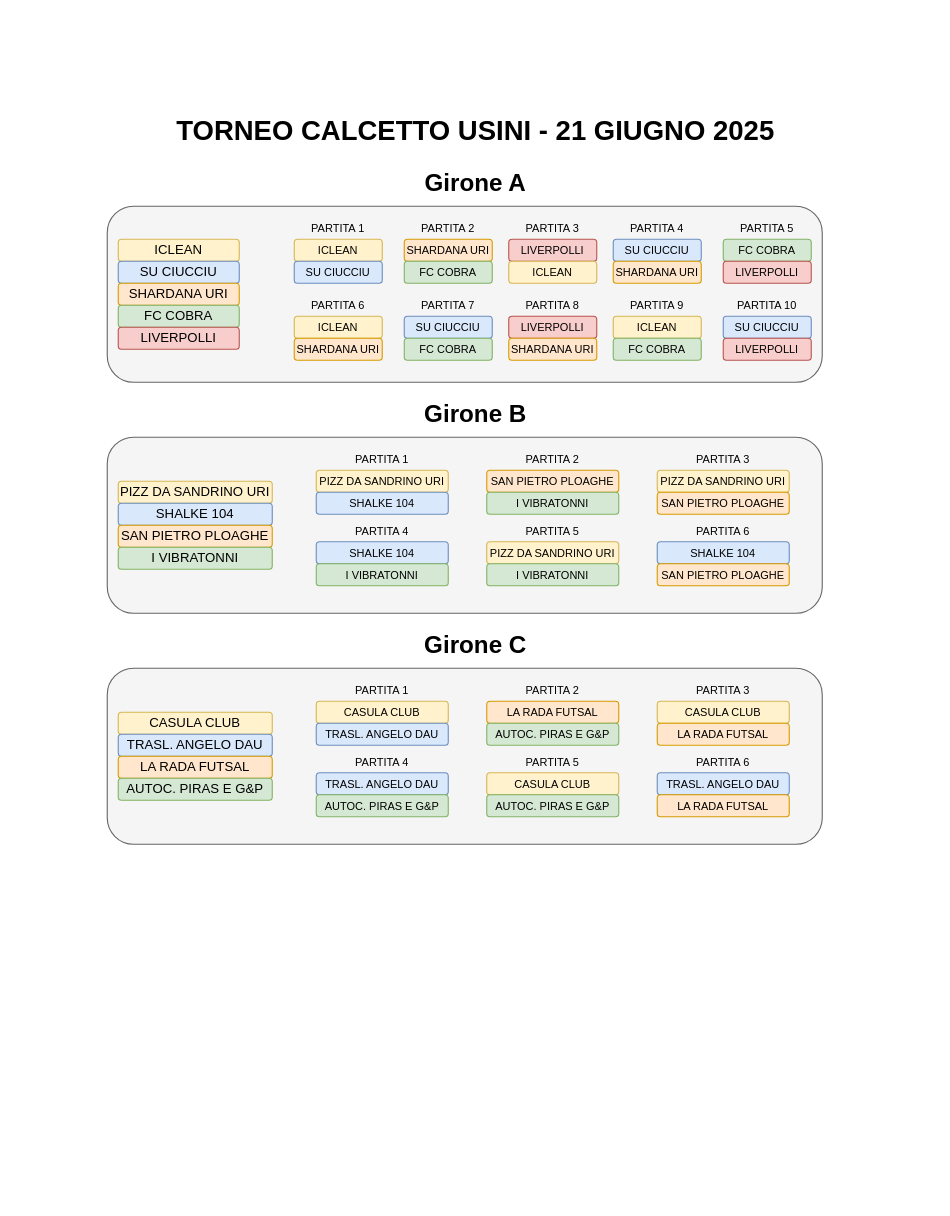
Above: torneo-calcetto-2025/tabellone.drawio in cscalaresu/tornei (draw.io), before the change. Source tidied: cells renumbered, new cells numbered last; positions are measured from the earlier drawing's top-left corner, leaving out a move shared by most shapes. Both pictures are drawn from the tidied source at 110%, with x=0, y=0 at pixel (19, 96).
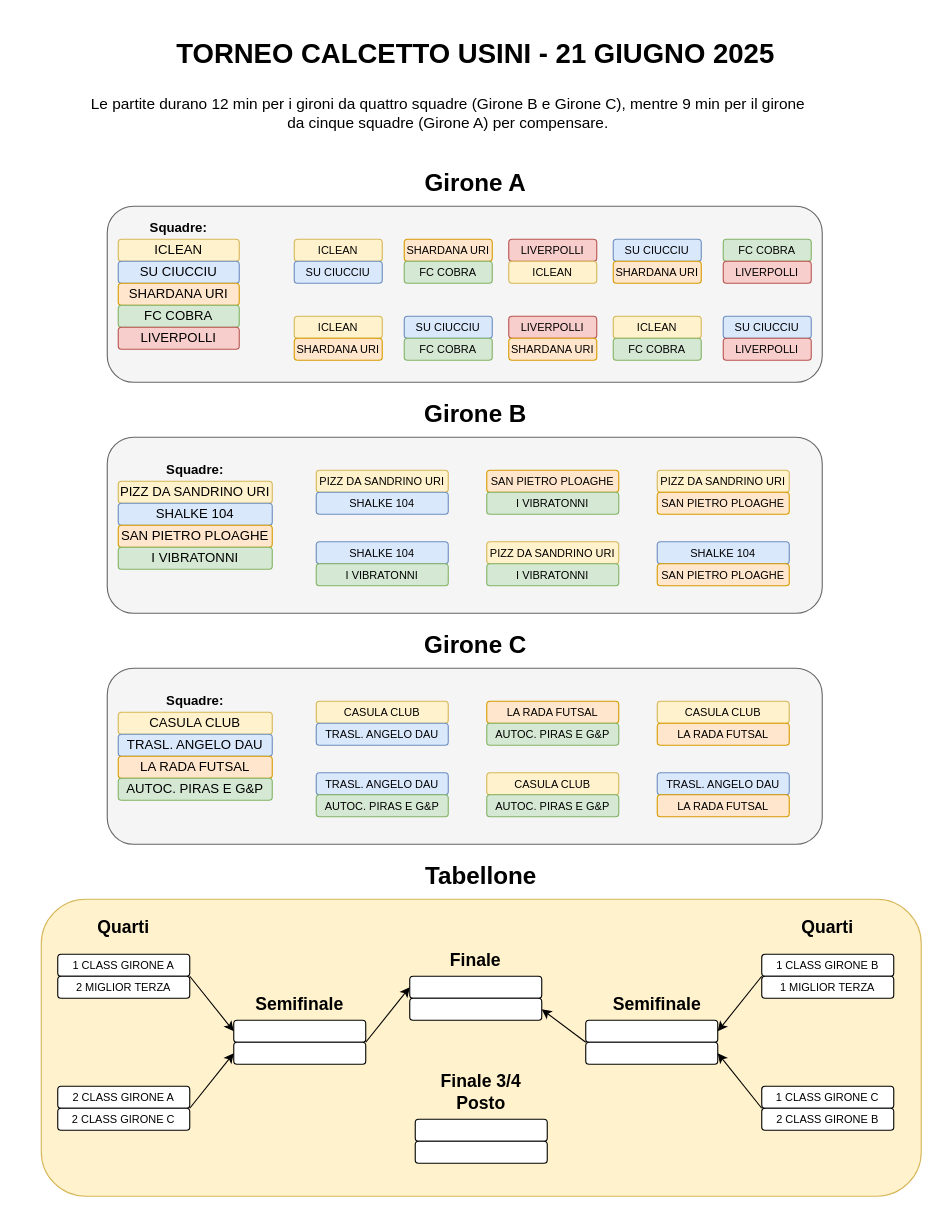
The same page after the edit.

Change to the diagram source:
```diff
@@
+    <mxCell id="88" style="rounded=1;whiteSpace=wrap;html=1;fillColor=#fff2cc;strokeColor=#d6b656;" parent="1" vertex="1">
+      <mxGeometry x="20" y="730" width="800" height="270" as="geometry" />
+    </mxCell>
@@
     <mxCell id="7" value="&lt;font style=&quot;font-size: 25px;&quot;&gt;&lt;b&gt;TORNEO CALCETTO USINI - 21 GIUGNO 2025&lt;/b&gt;&lt;/font&gt;" style="text;html=1;align=center;verticalAlign=middle;whiteSpace=wrap;rounded=0;" parent="1" vertex="1">
-      <mxGeometry width="830" height="60" as="geometry" />
+      <mxGeometry y="-70" width="830" height="60" as="geometry" />
     </mxCell>
@@
-    <mxCell id="30" value="&lt;font style=&quot;font-size: 10px;&quot;&gt;PARTITA 1&lt;/font&gt;" style="text;html=1;align=center;verticalAlign=middle;whiteSpace=wrap;rounded=0;" parent="1" vertex="1">
-      <mxGeometry x="250" y="110" width="80" height="20" as="geometry" />
-    </mxCell>
-    <mxCell id="31" value="&lt;font style=&quot;font-size: 10px;&quot;&gt;PARTITA 2&lt;/font&gt;" style="text;html=1;align=center;verticalAlign=middle;whiteSpace=wrap;rounded=0;" parent="1" vertex="1">
-      <mxGeometry x="350" y="110" width="80" height="20" as="geometry" />
-    </mxCell>
-    <mxCell id="32" value="&lt;font style=&quot;font-size: 10px;&quot;&gt;PARTITA 3&lt;/font&gt;" style="text;html=1;align=center;verticalAlign=middle;whiteSpace=wrap;rounded=0;" parent="1" vertex="1">
-      <mxGeometry x="445" y="110" width="80" height="20" as="geometry" />
-    </mxCell>
-    <mxCell id="33" value="&lt;font style=&quot;font-size: 10px;&quot;&gt;PARTITA 4&lt;/font&gt;" style="text;html=1;align=center;verticalAlign=middle;whiteSpace=wrap;rounded=0;" parent="1" vertex="1">
-      <mxGeometry x="540" y="110" width="80" height="20" as="geometry" />
-    </mxCell>
-    <mxCell id="34" value="&lt;font style=&quot;font-size: 10px;&quot;&gt;PARTITA 5&lt;/font&gt;" style="text;html=1;align=center;verticalAlign=middle;whiteSpace=wrap;rounded=0;" parent="1" vertex="1">
-      <mxGeometry x="640" y="110" width="80" height="20" as="geometry" />
-    </mxCell>
-    <mxCell id="35" value="&lt;font style=&quot;font-size: 10px;&quot;&gt;PARTITA 6&lt;/font&gt;" style="text;html=1;align=center;verticalAlign=middle;whiteSpace=wrap;rounded=0;" parent="1" vertex="1">
-      <mxGeometry x="250" y="180" width="80" height="20" as="geometry" />
-    </mxCell>
-    <mxCell id="36" value="&lt;font style=&quot;font-size: 10px;&quot;&gt;PARTITA 7&lt;/font&gt;" style="text;html=1;align=center;verticalAlign=middle;whiteSpace=wrap;rounded=0;" parent="1" vertex="1">
-      <mxGeometry x="350" y="180" width="80" height="20" as="geometry" />
-    </mxCell>
-    <mxCell id="37" value="&lt;font style=&quot;font-size: 10px;&quot;&gt;PARTITA 8&lt;/font&gt;" style="text;html=1;align=center;verticalAlign=middle;whiteSpace=wrap;rounded=0;" parent="1" vertex="1">
-      <mxGeometry x="445" y="180" width="80" height="20" as="geometry" />
-    </mxCell>
-    <mxCell id="38" value="&lt;font style=&quot;font-size: 10px;&quot;&gt;PARTITA 9&lt;/font&gt;" style="text;html=1;align=center;verticalAlign=middle;whiteSpace=wrap;rounded=0;" parent="1" vertex="1">
-      <mxGeometry x="540" y="180" width="80" height="20" as="geometry" />
-    </mxCell>
-    <mxCell id="39" value="&lt;font style=&quot;font-size: 10px;&quot;&gt;PARTITA 10&lt;/font&gt;" style="text;html=1;align=center;verticalAlign=middle;whiteSpace=wrap;rounded=0;" parent="1" vertex="1">
-      <mxGeometry x="640" y="180" width="80" height="20" as="geometry" />
-    </mxCell>
@@
-    <mxCell id="48" value="&lt;font style=&quot;font-size: 10px;&quot;&gt;PARTITA 1&lt;/font&gt;" style="text;html=1;align=center;verticalAlign=middle;whiteSpace=wrap;rounded=0;" parent="1" vertex="1">
-      <mxGeometry x="270" y="320" width="120" height="20" as="geometry" />
-    </mxCell>
@@
-    <mxCell id="51" value="&lt;font style=&quot;font-size: 10px;&quot;&gt;PARTITA 2&lt;/font&gt;" style="text;html=1;align=center;verticalAlign=middle;whiteSpace=wrap;rounded=0;" parent="1" vertex="1">
-      <mxGeometry x="425" y="320" width="120" height="20" as="geometry" />
-    </mxCell>
@@
-    <mxCell id="54" value="&lt;font style=&quot;font-size: 10px;&quot;&gt;PARTITA 3&lt;/font&gt;" style="text;html=1;align=center;verticalAlign=middle;whiteSpace=wrap;rounded=0;" parent="1" vertex="1">
-      <mxGeometry x="580" y="320" width="120" height="20" as="geometry" />
-    </mxCell>
@@
-    <mxCell id="57" value="&lt;font style=&quot;font-size: 10px;&quot;&gt;PARTITA 4&lt;/font&gt;" style="text;html=1;align=center;verticalAlign=middle;whiteSpace=wrap;rounded=0;" parent="1" vertex="1">
-      <mxGeometry x="270" y="385" width="120" height="20" as="geometry" />
-    </mxCell>
@@
-    <mxCell id="60" value="&lt;font style=&quot;font-size: 10px;&quot;&gt;PARTITA 5&lt;/font&gt;" style="text;html=1;align=center;verticalAlign=middle;whiteSpace=wrap;rounded=0;" parent="1" vertex="1">
-      <mxGeometry x="425" y="385" width="120" height="20" as="geometry" />
-    </mxCell>
@@
-    <mxCell id="63" value="&lt;font style=&quot;font-size: 10px;&quot;&gt;PARTITA 6&lt;/font&gt;" style="text;html=1;align=center;verticalAlign=middle;whiteSpace=wrap;rounded=0;" parent="1" vertex="1">
-      <mxGeometry x="580" y="385" width="120" height="20" as="geometry" />
-    </mxCell>
@@
-    <mxCell id="72" value="&lt;font style=&quot;font-size: 10px;&quot;&gt;PARTITA 1&lt;/font&gt;" style="text;html=1;align=center;verticalAlign=middle;whiteSpace=wrap;rounded=0;" parent="1" vertex="1">
-      <mxGeometry x="270" y="530" width="120" height="20" as="geometry" />
-    </mxCell>
@@
-    <mxCell id="75" value="&lt;font style=&quot;font-size: 10px;&quot;&gt;PARTITA 2&lt;/font&gt;" style="text;html=1;align=center;verticalAlign=middle;whiteSpace=wrap;rounded=0;" parent="1" vertex="1">
-      <mxGeometry x="425" y="530" width="120" height="20" as="geometry" />
-    </mxCell>
@@
-    <mxCell id="78" value="&lt;font style=&quot;font-size: 10px;&quot;&gt;PARTITA 3&lt;/font&gt;" style="text;html=1;align=center;verticalAlign=middle;whiteSpace=wrap;rounded=0;" parent="1" vertex="1">
-      <mxGeometry x="580" y="530" width="120" height="20" as="geometry" />
-    </mxCell>
@@
-    <mxCell id="81" value="&lt;font style=&quot;font-size: 10px;&quot;&gt;PARTITA 4&lt;/font&gt;" style="text;html=1;align=center;verticalAlign=middle;whiteSpace=wrap;rounded=0;" parent="1" vertex="1">
-      <mxGeometry x="270" y="595" width="120" height="20" as="geometry" />
-    </mxCell>
@@
-    <mxCell id="84" value="&lt;font style=&quot;font-size: 10px;&quot;&gt;PARTITA 5&lt;/font&gt;" style="text;html=1;align=center;verticalAlign=middle;whiteSpace=wrap;rounded=0;" parent="1" vertex="1">
-      <mxGeometry x="425" y="595" width="120" height="20" as="geometry" />
-    </mxCell>
@@
-    <mxCell id="87" value="&lt;font style=&quot;font-size: 10px;&quot;&gt;PARTITA 6&lt;/font&gt;" style="text;html=1;align=center;verticalAlign=middle;whiteSpace=wrap;rounded=0;" parent="1" vertex="1">
-      <mxGeometry x="580" y="595" width="120" height="20" as="geometry" />
-    </mxCell>
+    <mxCell id="89" value="&lt;b&gt;Squadre:&lt;/b&gt;" style="text;html=1;align=center;verticalAlign=middle;whiteSpace=wrap;rounded=0;" parent="1" vertex="1">
+      <mxGeometry x="90" y="110" width="110" height="20" as="geometry" />
+    </mxCell>
+    <mxCell id="90" value="&lt;b&gt;Squadre:&lt;/b&gt;" style="text;html=1;align=center;verticalAlign=middle;whiteSpace=wrap;rounded=0;" parent="1" vertex="1">
+      <mxGeometry x="105" y="330" width="110" height="20" as="geometry" />
+    </mxCell>
+    <mxCell id="91" value="&lt;b&gt;Squadre:&lt;/b&gt;" style="text;html=1;align=center;verticalAlign=middle;whiteSpace=wrap;rounded=0;" parent="1" vertex="1">
+      <mxGeometry x="105" y="540" width="110" height="20" as="geometry" />
+    </mxCell>
+    <mxCell id="92" value="&lt;font style=&quot;font-size: 10px;&quot;&gt;1 CLASS GIRONE A&lt;/font&gt;" style="rounded=1;whiteSpace=wrap;html=1;" parent="1" vertex="1">
+      <mxGeometry x="35" y="780" width="120" height="20" as="geometry" />
+    </mxCell>
+    <mxCell id="93" value="&lt;font style=&quot;font-size: 10px;&quot;&gt;2 MIGLIOR TERZA&lt;/font&gt;" style="rounded=1;whiteSpace=wrap;html=1;" parent="1" vertex="1">
+      <mxGeometry x="35" y="800" width="120" height="20" as="geometry" />
+    </mxCell>
+    <mxCell id="94" value="&lt;font style=&quot;font-size: 10px;&quot;&gt;2 CLASS GIRONE A&lt;/font&gt;" style="rounded=1;whiteSpace=wrap;html=1;" parent="1" vertex="1">
+      <mxGeometry x="35" y="900" width="120" height="20" as="geometry" />
+    </mxCell>
+    <mxCell id="95" value="&lt;font style=&quot;font-size: 10px;&quot;&gt;2 CLASS GIRONE C&lt;/font&gt;" style="rounded=1;whiteSpace=wrap;html=1;" parent="1" vertex="1">
+      <mxGeometry x="35" y="920" width="120" height="20" as="geometry" />
+    </mxCell>
+    <mxCell id="96" value="&lt;font style=&quot;font-size: 10px;&quot;&gt;1 CLASS GIRONE B&lt;/font&gt;" style="rounded=1;whiteSpace=wrap;html=1;" parent="1" vertex="1">
+      <mxGeometry x="675" y="780" width="120" height="20" as="geometry" />
+    </mxCell>
+    <mxCell id="97" value="&lt;font style=&quot;font-size: 10px;&quot;&gt;1 MIGLIOR TERZA&lt;/font&gt;" style="rounded=1;whiteSpace=wrap;html=1;" parent="1" vertex="1">
+      <mxGeometry x="675" y="800" width="120" height="20" as="geometry" />
+    </mxCell>
+    <mxCell id="98" value="&lt;font style=&quot;font-size: 10px;&quot;&gt;1 CLASS GIRONE C&lt;/font&gt;" style="rounded=1;whiteSpace=wrap;html=1;" parent="1" vertex="1">
+      <mxGeometry x="675" y="900" width="120" height="20" as="geometry" />
+    </mxCell>
+    <mxCell id="99" value="&lt;font style=&quot;font-size: 10px;&quot;&gt;2 CLASS GIRONE B&lt;/font&gt;" style="rounded=1;whiteSpace=wrap;html=1;" parent="1" vertex="1">
+      <mxGeometry x="675" y="920" width="120" height="20" as="geometry" />
+    </mxCell>
+    <mxCell id="100" style="rounded=1;whiteSpace=wrap;html=1;" parent="1" vertex="1">
+      <mxGeometry x="195" y="840" width="120" height="20" as="geometry" />
+    </mxCell>
+    <mxCell id="101" style="rounded=1;whiteSpace=wrap;html=1;" parent="1" vertex="1">
+      <mxGeometry x="195" y="860" width="120" height="20" as="geometry" />
+    </mxCell>
+    <mxCell id="102" style="rounded=1;whiteSpace=wrap;html=1;" parent="1" vertex="1">
+      <mxGeometry x="355" y="800" width="120" height="20" as="geometry" />
+    </mxCell>
+    <mxCell id="103" style="rounded=1;whiteSpace=wrap;html=1;" parent="1" vertex="1">
+      <mxGeometry x="355" y="820" width="120" height="20" as="geometry" />
+    </mxCell>
+    <mxCell id="104" style="rounded=1;whiteSpace=wrap;html=1;" parent="1" vertex="1">
+      <mxGeometry x="515" y="840" width="120" height="20" as="geometry" />
+    </mxCell>
+    <mxCell id="105" style="rounded=1;whiteSpace=wrap;html=1;" parent="1" vertex="1">
+      <mxGeometry x="515" y="860" width="120" height="20" as="geometry" />
+    </mxCell>
+    <mxCell id="106" style="endArrow=classic;html=1;rounded=0;exitX=1;exitY=1;exitDx=0;exitDy=0;entryX=0;entryY=0.5;entryDx=0;entryDy=0;" parent="1" edge="1" source="92" target="100">
+      <mxGeometry relative="1" as="geometry" />
+    </mxCell>
+    <mxCell id="107" style="endArrow=classic;html=1;rounded=0;exitX=1;exitY=0;exitDx=0;exitDy=0;entryX=0;entryY=0.5;entryDx=0;entryDy=0;" parent="1" edge="1" source="95" target="101">
+      <mxGeometry relative="1" as="geometry" />
+    </mxCell>
+    <mxCell id="108" style="endArrow=classic;html=1;rounded=0;exitX=1;exitY=1;exitDx=0;exitDy=0;entryX=0;entryY=0.5;entryDx=0;entryDy=0;" parent="1" edge="1" source="100" target="102">
+      <mxGeometry relative="1" as="geometry" />
+    </mxCell>
+    <mxCell id="109" style="endArrow=classic;html=1;rounded=0;exitX=0;exitY=0;exitDx=0;exitDy=0;entryX=1;entryY=0.5;entryDx=0;entryDy=0;" parent="1" edge="1" source="97" target="104">
+      <mxGeometry relative="1" as="geometry" />
+    </mxCell>
+    <mxCell id="110" style="endArrow=classic;html=1;rounded=0;exitX=0;exitY=0;exitDx=0;exitDy=0;entryX=1;entryY=0.5;entryDx=0;entryDy=0;" parent="1" edge="1" source="99" target="105">
+      <mxGeometry relative="1" as="geometry" />
+    </mxCell>
+    <mxCell id="111" style="endArrow=classic;html=1;rounded=0;exitX=0;exitY=0;exitDx=0;exitDy=0;entryX=1;entryY=0.5;entryDx=0;entryDy=0;" parent="1" edge="1" source="105" target="103">
+      <mxGeometry relative="1" as="geometry" />
+    </mxCell>
+    <mxCell id="112" value="&lt;font style=&quot;font-size: 22px;&quot;&gt;&lt;b&gt;Tabellone&lt;/b&gt;&lt;/font&gt;" style="text;html=1;align=center;verticalAlign=middle;whiteSpace=wrap;rounded=0;" parent="1" vertex="1">
+      <mxGeometry x="225" y="700" width="390" height="20" as="geometry" />
+    </mxCell>
+    <mxCell id="113" value="&lt;font style=&quot;font-size: 16px;&quot;&gt;&lt;b&gt;Quarti&lt;/b&gt;&lt;/font&gt;" style="text;html=1;align=center;verticalAlign=middle;whiteSpace=wrap;rounded=0;" parent="1" vertex="1">
+      <mxGeometry x="40" y="740" width="110" height="30" as="geometry" />
+    </mxCell>
+    <mxCell id="114" value="&lt;font style=&quot;font-size: 16px;&quot;&gt;&lt;b&gt;Semifinale&lt;/b&gt;&lt;/font&gt;" style="text;html=1;align=center;verticalAlign=middle;whiteSpace=wrap;rounded=0;" parent="1" vertex="1">
+      <mxGeometry x="200" y="810" width="110" height="30" as="geometry" />
+    </mxCell>
+    <mxCell id="115" value="&lt;font style=&quot;font-size: 16px;&quot;&gt;&lt;b&gt;Finale&lt;/b&gt;&lt;/font&gt;" style="text;html=1;align=center;verticalAlign=middle;whiteSpace=wrap;rounded=0;" parent="1" vertex="1">
+      <mxGeometry x="360" y="770" width="110" height="30" as="geometry" />
+    </mxCell>
+    <mxCell id="116" value="&lt;font style=&quot;font-size: 16px;&quot;&gt;&lt;b&gt;Semifinale&lt;/b&gt;&lt;/font&gt;" style="text;html=1;align=center;verticalAlign=middle;whiteSpace=wrap;rounded=0;" parent="1" vertex="1">
+      <mxGeometry x="525" y="810" width="110" height="30" as="geometry" />
+    </mxCell>
+    <mxCell id="117" value="&lt;font style=&quot;font-size: 16px;&quot;&gt;&lt;b&gt;Quarti&lt;/b&gt;&lt;/font&gt;" style="text;html=1;align=center;verticalAlign=middle;whiteSpace=wrap;rounded=0;" parent="1" vertex="1">
+      <mxGeometry x="680" y="740" width="110" height="30" as="geometry" />
+    </mxCell>
+    <mxCell id="118" style="rounded=1;whiteSpace=wrap;html=1;" parent="1" vertex="1">
+      <mxGeometry x="360" y="930" width="120" height="20" as="geometry" />
+    </mxCell>
+    <mxCell id="119" style="rounded=1;whiteSpace=wrap;html=1;" parent="1" vertex="1">
+      <mxGeometry x="360" y="950" width="120" height="20" as="geometry" />
+    </mxCell>
+    <mxCell id="120" value="&lt;font style=&quot;font-size: 16px;&quot;&gt;&lt;b&gt;Finale 3/4 Posto&lt;/b&gt;&lt;/font&gt;" style="text;html=1;align=center;verticalAlign=middle;whiteSpace=wrap;rounded=0;" parent="1" vertex="1">
+      <mxGeometry x="365" y="890" width="110" height="30" as="geometry" />
+    </mxCell>
+    <mxCell id="121" value="&lt;font style=&quot;font-size: 14px;&quot;&gt;Le partite durano 12 min per i gironi da quattro squadre (Girone B e Girone C), mentre 9 min per il girone da cinque squadre (Girone A) per compensare.&lt;/font&gt;" style="text;html=1;align=center;verticalAlign=middle;whiteSpace=wrap;rounded=0;" parent="1" vertex="1">
+      <mxGeometry x="60" y="-10" width="660" height="50" as="geometry" />
+    </mxCell>
```
